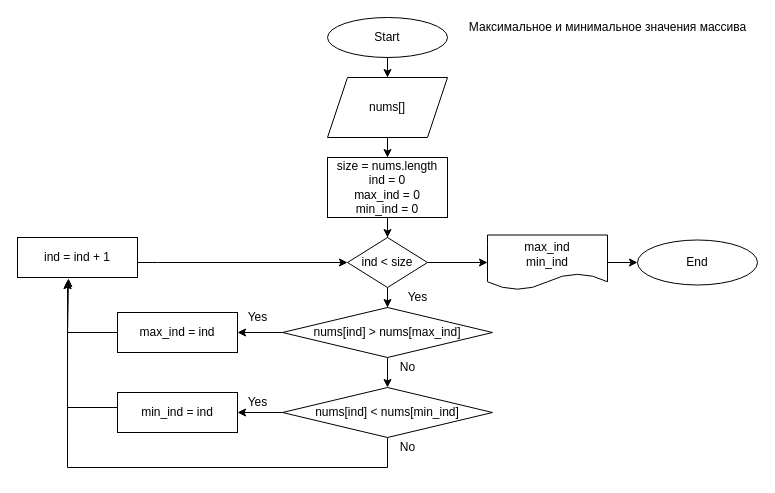
Before: page "max и min" (1 of 5) of diagrams/Семинар 2 - массивы.drawio in BayramoV88/study, a draw.io diagram. Source tidied: cells renumbered, new cells numbered last; positions are measured from the earlier drawing's top-left corner, leaving out a move shared by most shapes. Both pictures are drawn from the tidied source at 100%, with x=0, y=0 at pixel (17, 17).
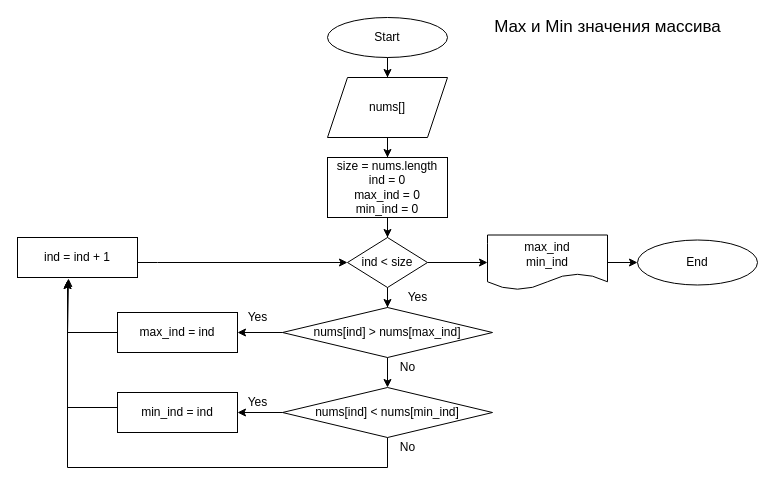
Above is the later version.

Change to the diagram source:
```diff
@@
-    <mxCell id="8" value="Максимальное и минимальное значения массива" style="text;html=1;align=center;verticalAlign=middle;strokeColor=none;fillColor=none;" parent="1" vertex="1">
-      <mxGeometry x="440" width="300" height="20" as="geometry" />
+    <mxCell id="8" value="&lt;font style=&quot;font-size: 17px;&quot;&gt;Max и Min значения массива&lt;/font&gt;" style="text;html=1;align=center;verticalAlign=middle;strokeColor=none;fillColor=none;" parent="1" vertex="1">
+      <mxGeometry x="470" width="240" height="20" as="geometry" />
     </mxCell>
```
